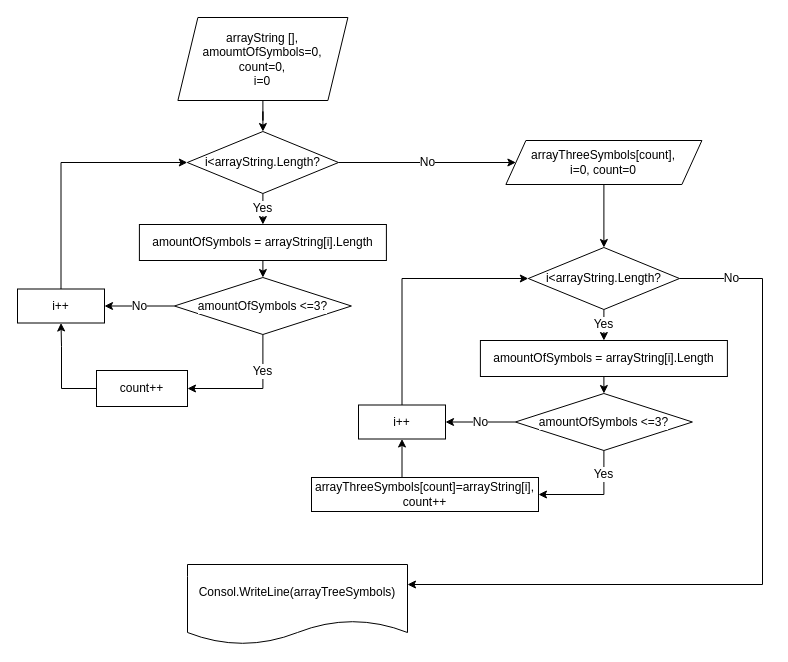
Before: FindThreeSymbols/BlockDiagram.drawio in StreltsovMike/Test_project, a draw.io diagram. Source tidied: cells renumbered, new cells numbered last; positions are measured from the earlier drawing's top-left corner, leaving out a move shared by most shapes. Both pictures are drawn from the tidied source at 100%, with x=0, y=0 at pixel (17, 17).
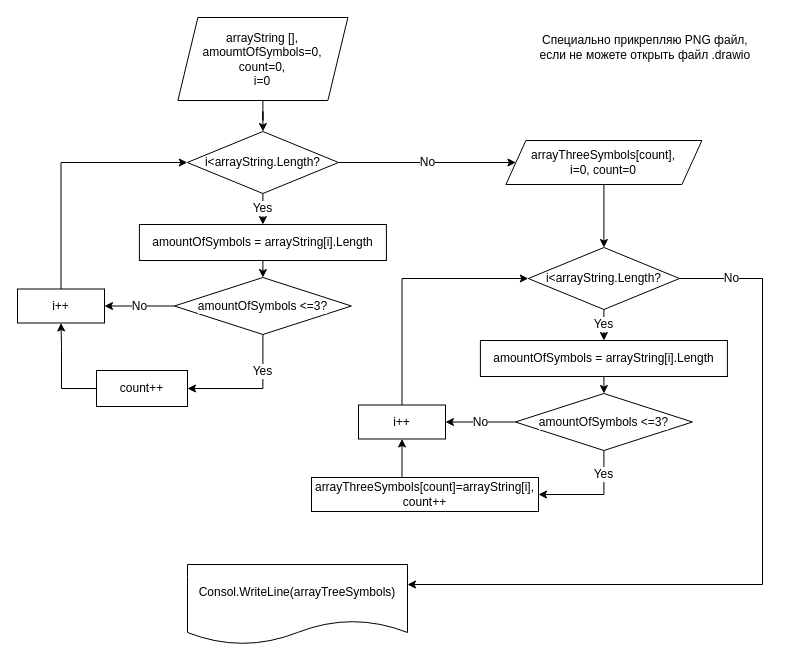
The same diagram, later.

Commit message (it also covers changes not shown here):
especially for Rustem Bogdanov

What changed in the source:
```diff
@@
+    <mxCell id="31" value="Специально прикрепляю PNG файл,&amp;nbsp;&lt;br&gt;если не можете открыть файл .drawio&amp;nbsp;" style="text;html=1;align=center;verticalAlign=middle;strokeColor=none;fillColor=none;fontSize=12;fontFamily=Helvetica;fontColor=#000000;" parent="1" vertex="1">
+      <mxGeometry x="513" y="9" width="232" height="41" as="geometry" />
+    </mxCell>
```
